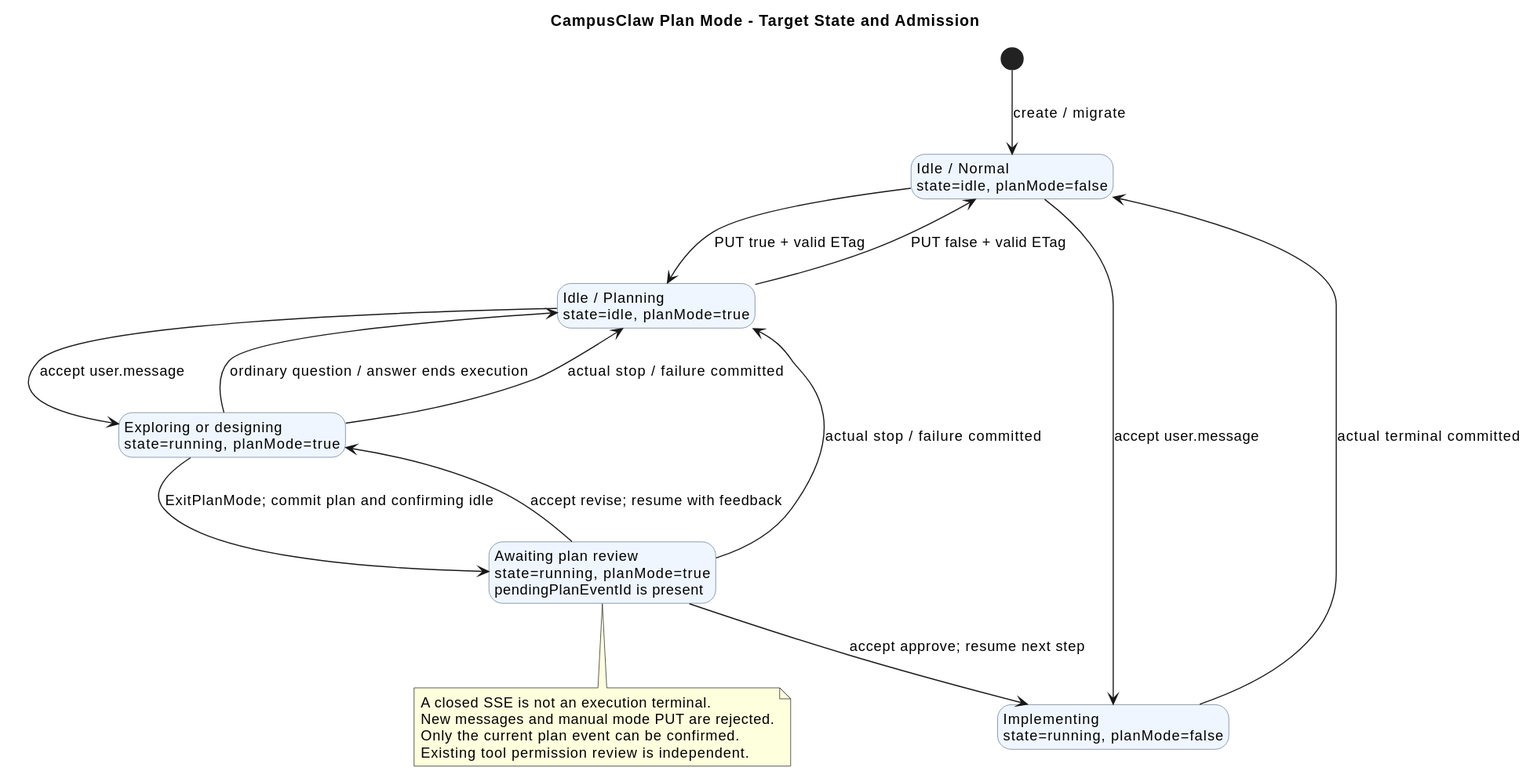
This is 01-总体架构/06-CampusClaw计划模式/plan_mode_state.svg from ssm0808/pi-mono-java-design, a PlantUML export, as it was before one commit. The source it was exported from:
```plantuml
@startuml
title CampusClaw Plan Mode - Target State and Admission
skinparam backgroundColor #FFFFFF
skinparam defaultFontName SansSerif
skinparam defaultFontSize 13
skinparam shadowing false
skinparam stateBackgroundColor #EFF6FF
skinparam stateBorderColor #64748B
hide empty description

state "Idle / Normal\nstate=idle, planMode=false" as Normal
state "Idle / Planning\nstate=idle, planMode=true" as PlanIdle
state "Exploring or designing\nstate=running, planMode=true" as Planning
state "Awaiting plan review\nstate=running, planMode=true\npendingPlanEventId is present" as Reviewing
state "Implementing\nstate=running, planMode=false" as Implementing

[*] --> Normal : create / migrate
Normal --> PlanIdle : PUT true + valid ETag
PlanIdle --> Normal : PUT false + valid ETag
PlanIdle --> Planning : accept user.message
Planning --> PlanIdle : ordinary question / answer ends execution
Planning --> Reviewing : ExitPlanMode; commit plan and confirming idle
Reviewing --> Planning : accept revise; resume with feedback
Reviewing --> Implementing : accept approve; resume next step
Normal --> Implementing : accept user.message
Implementing --> Normal : actual terminal committed
Planning --> PlanIdle : actual stop / failure committed
Reviewing --> PlanIdle : actual stop / failure committed

note bottom of Reviewing
  A closed SSE is not an execution terminal.
  New messages and manual mode PUT are rejected.
  Only the current plan event can be confirmed.
  Existing tool permission review is independent.
end note
@enduml
```
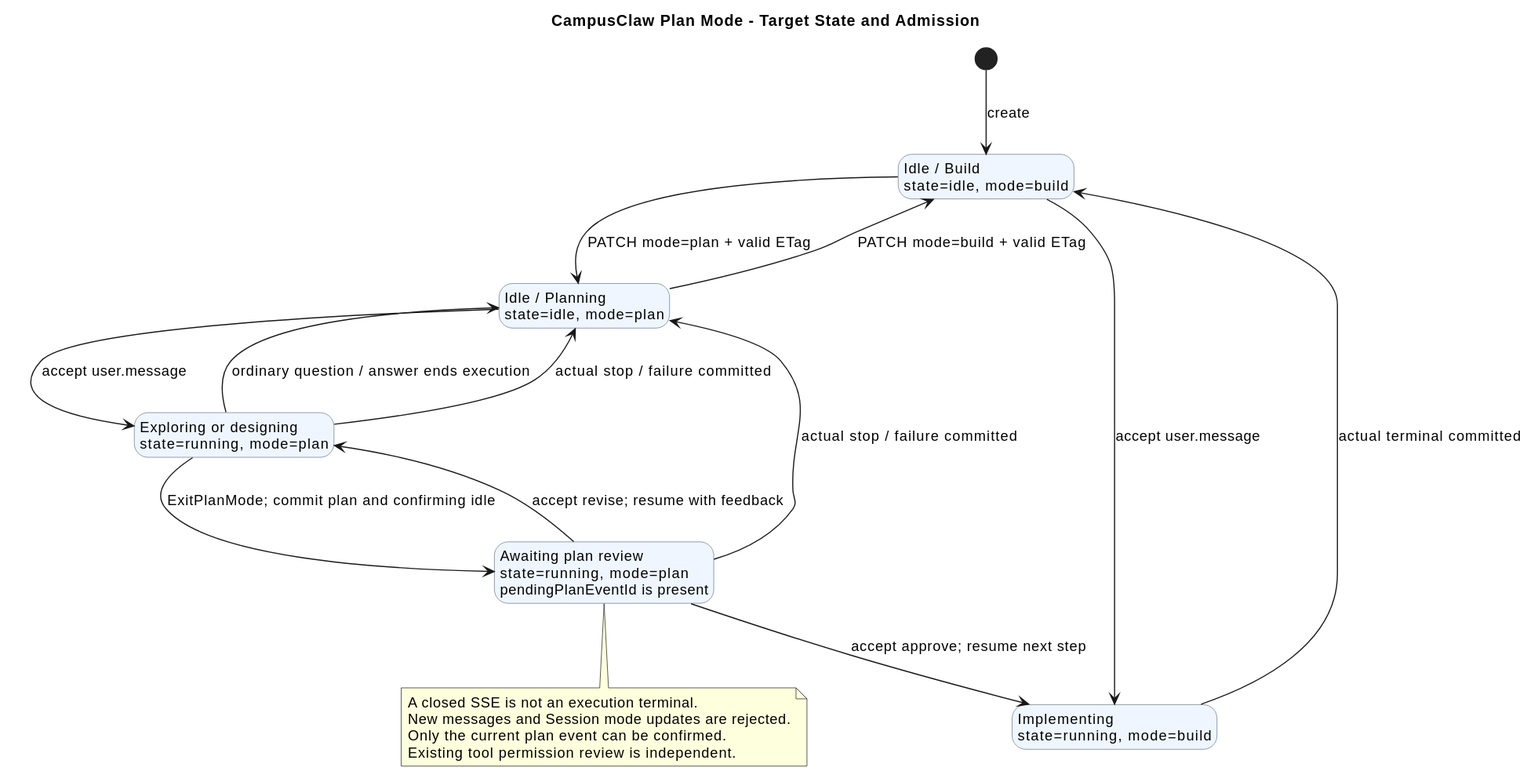
The same diagram one commit later.

Commit message:
docs(plan): 将工作模式切换归入 Session 更新

What changed in the source:
```diff
@@ -8,15 +8,15 @@
 skinparam stateBorderColor #64748B
 hide empty description
 
-state "Idle / Normal\nstate=idle, planMode=false" as Normal
-state "Idle / Planning\nstate=idle, planMode=true" as PlanIdle
-state "Exploring or designing\nstate=running, planMode=true" as Planning
-state "Awaiting plan review\nstate=running, planMode=true\npendingPlanEventId is present" as Reviewing
-state "Implementing\nstate=running, planMode=false" as Implementing
+state "Idle / Build\nstate=idle, mode=build" as Normal
+state "Idle / Planning\nstate=idle, mode=plan" as PlanIdle
+state "Exploring or designing\nstate=running, mode=plan" as Planning
+state "Awaiting plan review\nstate=running, mode=plan\npendingPlanEventId is present" as Reviewing
+state "Implementing\nstate=running, mode=build" as Implementing
 
-[*] --> Normal : create / migrate
-Normal --> PlanIdle : PUT true + valid ETag
-PlanIdle --> Normal : PUT false + valid ETag
+[*] --> Normal : create
+Normal --> PlanIdle : PATCH mode=plan + valid ETag
+PlanIdle --> Normal : PATCH mode=build + valid ETag
 PlanIdle --> Planning : accept user.message
 Planning --> PlanIdle : ordinary question / answer ends execution
 Planning --> Reviewing : ExitPlanMode; commit plan and confirming idle
@@ -29,7 +29,7 @@
 
 note bottom of Reviewing
   A closed SSE is not an execution terminal.
-  New messages and manual mode PUT are rejected.
+  New messages and Session mode updates are rejected.
   Only the current plan event can be confirmed.
   Existing tool permission review is independent.
 end note
```
